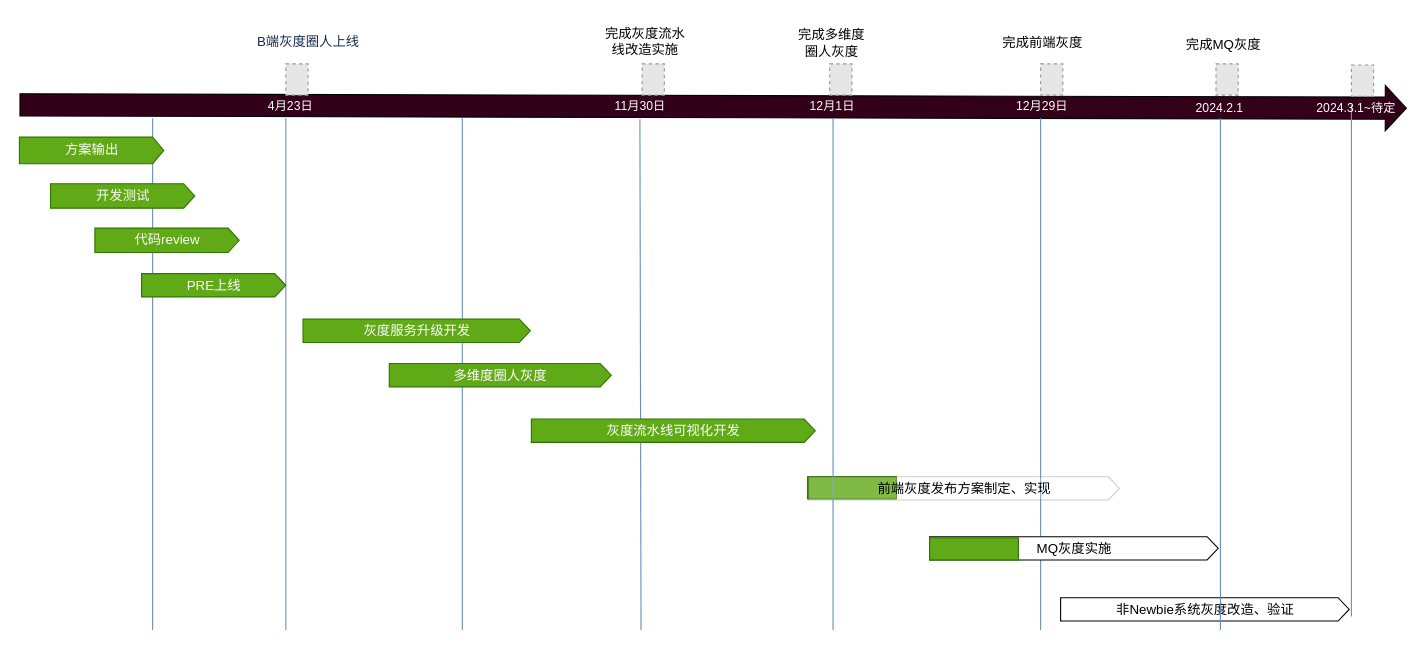
Earlier version of the draw.io diagram 灰度roadmap.drawio (463024907/draw.io). Source tidied: cells renumbered, new cells numbered last; positions are measured from the earlier drawing's top-left corner, leaving out a move shared by most shapes. Both pictures are drawn from the tidied source at 111%, with x=0, y=0 at pixel (19, 19). Pictures stored in the file or linked from it are replaced by grey dashed boxes.
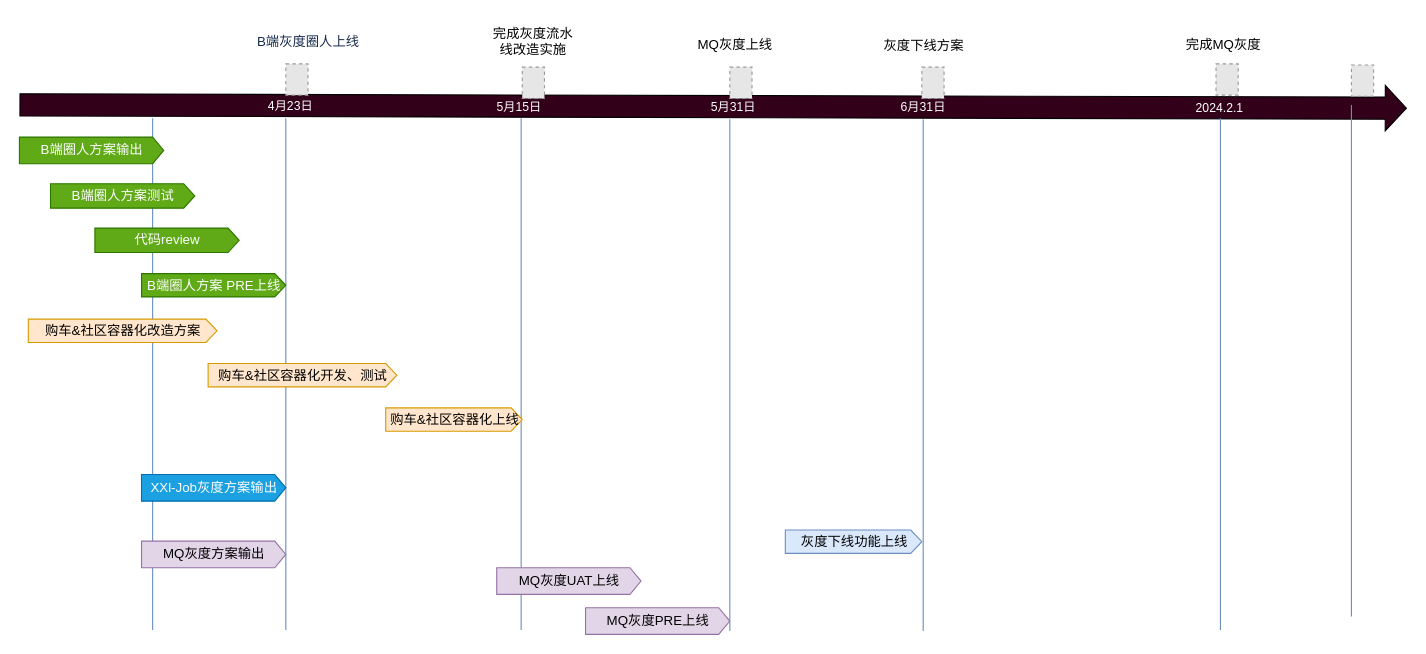
After the change.

Diff of the diagram source:
```diff
@@
-    <mxCell id="2" style="rounded=0;whiteSpace=wrap;html=1;fillColor=#60a917;fontColor=#ffffff;strokeColor=#2D7600;" parent="1" vertex="1">
-      <mxGeometry x="710" y="412" width="80" height="20" as="geometry" />
-    </mxCell>
@@
-    <mxCell id="4" value="11月30日" style="edgeLabel;html=1;align=center;verticalAlign=middle;fontColor=#FFFFFF;labelBackgroundColor=none;" parent="1" vertex="1">
-      <mxGeometry x="558" y="77" as="geometry" />
+    <mxCell id="4" value="5月15日" style="edgeLabel;html=1;align=center;verticalAlign=middle;fontColor=#FFFFFF;labelBackgroundColor=none;" parent="1" vertex="1">
+      <mxGeometry x="450" y="80" as="geometry">
+        <mxPoint x="-1" y="-2" as="offset" />
+      </mxGeometry>
     </mxCell>
-    <mxCell id="5" value="12月1日" style="edgeLabel;html=1;align=center;verticalAlign=middle;fontColor=#FFFFFF;labelBackgroundColor=none;" parent="1" vertex="1">
-      <mxGeometry x="221" y="97" as="geometry">
-        <mxPoint x="510" y="-20" as="offset" />
-      </mxGeometry>
-    </mxCell>
-    <mxCell id="6" value="12月29日" style="edgeLabel;html=1;align=center;verticalAlign=middle;fontColor=#FFFFFF;labelBackgroundColor=none;" parent="1" vertex="1">
-      <mxGeometry x="920" y="77" as="geometry" />
-    </mxCell>
@@
-    <mxCell id="9" style="endArrow=none;html=1;rounded=0;fillColor=#dae8fc;strokeColor=#6c8ebf;" parent="1" edge="1">
-      <mxGeometry relative="1" as="geometry">
-        <mxPoint x="560" y="550" as="sourcePoint" />
-        <mxPoint x="559" y="90" as="targetPoint" />
-      </mxGeometry>
-    </mxCell>
     <mxCell id="10" style="endArrow=none;html=1;rounded=0;fillColor=#dae8fc;strokeColor=#6c8ebf;" parent="1" edge="1">
       <mxGeometry relative="1" as="geometry">
-        <mxPoint x="733" y="550" as="sourcePoint" />
-        <mxPoint x="733" y="89" as="targetPoint" />
+        <mxPoint x="814.2" y="551" as="sourcePoint" />
+        <mxPoint x="814.2" y="90" as="targetPoint" />
       </mxGeometry>
     </mxCell>
-    <mxCell id="11" style="endArrow=none;html=1;rounded=0;fillColor=#dae8fc;strokeColor=#6c8ebf;" parent="1" edge="1">
-      <mxGeometry relative="1" as="geometry">
-        <mxPoint x="920" y="550" as="sourcePoint" />
-        <mxPoint x="920" y="89" as="targetPoint" />
-      </mxGeometry>
-    </mxCell>
     <mxCell id="12" style="endArrow=none;html=1;rounded=0;fillColor=#dae8fc;strokeColor=#6c8ebf;" parent="1" edge="1">
       <mxGeometry relative="1" as="geometry">
-        <mxPoint x="399" y="550" as="sourcePoint" />
-        <mxPoint x="399" y="89" as="targetPoint" />
+        <mxPoint x="452" y="550" as="sourcePoint" />
+        <mxPoint x="452" y="89" as="targetPoint" />
       </mxGeometry>
     </mxCell>
     <mxCell id="13" style="fillColor=#E6E6E6;strokeColor=#999999;dashed=1;verticalLabelPosition=bottom;labelBackgroundColor=default;verticalAlign=top;" parent="1" vertex="1">
-      <mxGeometry x="561" y="40" width="20" height="28.2" as="geometry" />
+      <mxGeometry x="453" y="43" width="20" height="28.2" as="geometry" />
     </mxCell>
@@
     <mxCell id="15" style="fillColor=#E6E6E6;strokeColor=#999999;dashed=1;verticalLabelPosition=bottom;labelBackgroundColor=default;verticalAlign=top;" parent="1" vertex="1">
-      <mxGeometry x="730" y="40" width="20" height="28.2" as="geometry" />
+      <mxGeometry x="813" y="43" width="20" height="28.2" as="geometry" />
     </mxCell>
-    <mxCell id="16" style="fillColor=#E6E6E6;strokeColor=#999999;dashed=1;verticalLabelPosition=bottom;labelBackgroundColor=default;verticalAlign=top;" parent="1" vertex="1">
-      <mxGeometry x="920" y="40" width="20" height="28.2" as="geometry" />
-    </mxCell>
@@
     <mxCell id="18" value="完成灰度流水&lt;br&gt;线改造实施" style="text;html=1;strokeColor=none;fillColor=none;align=center;verticalAlign=middle;whiteSpace=wrap;rounded=0;" parent="1" vertex="1">
-      <mxGeometry x="519.2" width="89.5" height="40" as="geometry" />
+      <mxGeometry x="418.2" width="89.5" height="40" as="geometry" />
     </mxCell>
-    <mxCell id="19" value="完成多维度&lt;br&gt;圈人灰度" style="text;html=1;strokeColor=none;fillColor=none;align=center;verticalAlign=middle;whiteSpace=wrap;rounded=0;" parent="1" vertex="1">
-      <mxGeometry x="687" y="1" width="89.5" height="40" as="geometry" />
+    <mxCell id="19" value="灰度下线方案" style="text;html=1;strokeColor=none;fillColor=none;align=center;verticalAlign=middle;whiteSpace=wrap;rounded=0;" parent="1" vertex="1">
+      <mxGeometry x="770" y="4" width="89.5" height="40" as="geometry" />
     </mxCell>
-    <mxCell id="20" value="完成前端灰度" style="text;html=1;strokeColor=none;fillColor=none;align=center;verticalAlign=middle;whiteSpace=wrap;rounded=0;" parent="1" vertex="1">
-      <mxGeometry x="877" y="1" width="89.5" height="40" as="geometry" />
-    </mxCell>
-    <mxCell id="21" value="方案输出" style="html=1;shadow=0;dashed=0;align=center;verticalAlign=middle;shape=mxgraph.arrows2.arrow;dy=0;dx=10;notch=0;fontSize=12;fillColor=#60a917;strokeColor=#2D7600;fontColor=#ffffff;" parent="1" vertex="1">
+    <mxCell id="21" value="B端圈人方案输出" style="html=1;shadow=0;dashed=0;align=center;verticalAlign=middle;shape=mxgraph.arrows2.arrow;dy=0;dx=10;notch=0;fontSize=12;fillColor=#60a917;strokeColor=#2D7600;fontColor=#ffffff;" parent="1" vertex="1">
       <mxGeometry y="106" width="130" height="24" as="geometry" />
     </mxCell>
-    <mxCell id="22" value="开发测试" style="html=1;shadow=0;dashed=0;align=center;verticalAlign=middle;shape=mxgraph.arrows2.arrow;dy=0;dx=10;notch=0;fontSize=12;fillColor=#60a917;fontColor=#ffffff;strokeColor=#2D7600;" parent="1" vertex="1">
+    <mxCell id="22" value="B端圈人方案测试" style="html=1;shadow=0;dashed=0;align=center;verticalAlign=middle;shape=mxgraph.arrows2.arrow;dy=0;dx=10;notch=0;fontSize=12;fillColor=#60a917;fontColor=#ffffff;strokeColor=#2D7600;" parent="1" vertex="1">
       <mxGeometry x="28" y="148" width="130" height="22" as="geometry" />
     </mxCell>
@@
-    <mxCell id="24" value="PRE上线" style="html=1;shadow=0;dashed=0;align=center;verticalAlign=middle;shape=mxgraph.arrows2.arrow;dy=0;dx=10;notch=0;fontSize=12;fillColor=#60a917;fontColor=#ffffff;strokeColor=#2D7600;" parent="1" vertex="1">
+    <mxCell id="24" value="B端圈人方案 PRE上线" style="html=1;shadow=0;dashed=0;align=center;verticalAlign=middle;shape=mxgraph.arrows2.arrow;dy=0;dx=10;notch=0;fontSize=12;fillColor=#60a917;fontColor=#ffffff;strokeColor=#2D7600;" parent="1" vertex="1">
       <mxGeometry x="110" y="229" width="130" height="21" as="geometry" />
     </mxCell>
-    <mxCell id="25" value="灰度服务升级开发" style="html=1;shadow=0;dashed=0;align=center;verticalAlign=middle;shape=mxgraph.arrows2.arrow;dy=0;dx=10;notch=0;fontSize=12;strokeColor=#2D7600;perimeterSpacing=4;fillColor=#60a917;fontColor=#ffffff;" parent="1" vertex="1">
-      <mxGeometry x="255.5" y="270" width="204.8" height="21" as="geometry" />
-    </mxCell>
-    <mxCell id="26" value="灰度流水线可视化开发" style="html=1;shadow=0;dashed=0;align=center;verticalAlign=middle;shape=mxgraph.arrows2.arrow;dy=0;dx=10;notch=0;fontSize=12;strokeColor=#2D7600;perimeterSpacing=4;fillColor=#60a917;fontColor=#ffffff;" parent="1" vertex="1">
-      <mxGeometry x="461.2" y="360" width="255.8" height="21" as="geometry" />
-    </mxCell>
-    <mxCell id="27" value="多维度圈人灰度" style="html=1;shadow=0;dashed=0;align=center;verticalAlign=middle;shape=mxgraph.arrows2.arrow;dy=0;dx=10;notch=0;fontSize=12;strokeColor=#2D7600;perimeterSpacing=4;fillColor=#60a917;fontColor=#ffffff;" parent="1" vertex="1">
-      <mxGeometry x="333.2" y="310" width="200" height="21" as="geometry" />
-    </mxCell>
-    <mxCell id="28" value="前端灰度发布方案制定、实现" style="html=1;shadow=0;dashed=0;align=center;verticalAlign=middle;shape=mxgraph.arrows2.arrow;dy=0;dx=10;notch=0;fontSize=12;strokeColor=#000000;perimeterSpacing=4;opacity=20;" parent="1" vertex="1">
-      <mxGeometry x="711" y="412" width="280" height="21" as="geometry" />
-    </mxCell>
-    <mxCell id="29" value="MQ灰度实施" style="html=1;shadow=0;dashed=0;align=center;verticalAlign=middle;shape=mxgraph.arrows2.arrow;dy=0;dx=10;notch=0;fontSize=12;strokeColor=#000000;perimeterSpacing=4;fillColor=#FFFFFF;" parent="1" vertex="1">
-      <mxGeometry x="820" y="466" width="260" height="21" as="geometry" />
-    </mxCell>
@@
-    <mxCell id="32" value="2024.3.1~待定" style="edgeLabel;html=1;align=center;verticalAlign=middle;fontColor=#FFFFFF;labelBackgroundColor=none;" parent="1" vertex="1">
-      <mxGeometry x="921.8" y="77" as="geometry">
-        <mxPoint x="282" y="2" as="offset" />
-      </mxGeometry>
-    </mxCell>
-    <mxCell id="33" value="非Newbie系统灰度改造、验证" style="html=1;shadow=0;dashed=0;align=center;verticalAlign=middle;shape=mxgraph.arrows2.arrow;dy=0;dx=10;notch=0;fontSize=12;strokeColor=#000000;perimeterSpacing=4;" parent="1" vertex="1">
-      <mxGeometry x="938" y="521" width="260" height="21" as="geometry" />
-    </mxCell>
@@
-    <mxCell id="35" style="rounded=0;whiteSpace=wrap;html=1;fillColor=#60a917;fontColor=#ffffff;strokeColor=#2D7600;" parent="1" vertex="1">
-      <mxGeometry x="820" y="467" width="80" height="20" as="geometry" />
-    </mxCell>
@@
+    <mxCell id="40" value="购车&amp;amp;社区容器化改造方案" style="html=1;shadow=0;dashed=0;align=center;verticalAlign=middle;shape=mxgraph.arrows2.arrow;dy=0;dx=10;notch=0;fontSize=12;fillColor=#ffe6cc;strokeColor=#d79b00;" parent="1" vertex="1">
+      <mxGeometry x="8" y="270" width="170" height="21" as="geometry" />
+    </mxCell>
+    <mxCell id="41" value="购车&amp;amp;社区容器化上线" style="html=1;shadow=0;dashed=0;align=center;verticalAlign=middle;shape=mxgraph.arrows2.arrow;dy=0;dx=10;notch=0;fontSize=12;fillColor=#ffe6cc;strokeColor=#d79b00;" parent="1" vertex="1">
+      <mxGeometry x="330" y="350" width="123" height="21" as="geometry" />
+    </mxCell>
+    <mxCell id="42" value="购车&amp;amp;社区容器化开发、测试" style="html=1;shadow=0;dashed=0;align=center;verticalAlign=middle;shape=mxgraph.arrows2.arrow;dy=0;dx=10;notch=0;fontSize=12;fillColor=#ffe6cc;strokeColor=#d79b00;" parent="1" vertex="1">
+      <mxGeometry x="170" y="310" width="170" height="21" as="geometry" />
+    </mxCell>
+    <mxCell id="43" value="灰度下线功能上线" style="html=1;shadow=0;dashed=0;align=center;verticalAlign=middle;shape=mxgraph.arrows2.arrow;dy=0;dx=10;notch=0;fontSize=12;fillColor=#dae8fc;strokeColor=#6c8ebf;" parent="1" vertex="1">
+      <mxGeometry x="690" y="460" width="123" height="21" as="geometry" />
+    </mxCell>
+    <mxCell id="44" value="5月31日" style="edgeLabel;html=1;align=center;verticalAlign=middle;fontColor=#FFFFFF;labelBackgroundColor=none;" parent="1" vertex="1">
+      <mxGeometry x="590" y="140" as="geometry">
+        <mxPoint x="52" y="-62" as="offset" />
+      </mxGeometry>
+    </mxCell>
+    <mxCell id="45" style="endArrow=none;html=1;rounded=0;fillColor=#dae8fc;strokeColor=#6c8ebf;" parent="1" edge="1">
+      <mxGeometry relative="1" as="geometry">
+        <mxPoint x="640" y="551" as="sourcePoint" />
+        <mxPoint x="640" y="90" as="targetPoint" />
+      </mxGeometry>
+    </mxCell>
+    <mxCell id="46" value="6月31日" style="edgeLabel;html=1;align=center;verticalAlign=middle;fontColor=#FFFFFF;labelBackgroundColor=none;" parent="1" vertex="1">
+      <mxGeometry x="814.8" y="80" as="geometry">
+        <mxPoint x="-1" y="-2" as="offset" />
+      </mxGeometry>
+    </mxCell>
+    <mxCell id="47" value="MQ灰度上线" style="text;html=1;strokeColor=none;fillColor=none;align=center;verticalAlign=middle;whiteSpace=wrap;rounded=0;" parent="1" vertex="1">
+      <mxGeometry x="600" y="3" width="89.5" height="40" as="geometry" />
+    </mxCell>
+    <mxCell id="48" style="fillColor=#E6E6E6;strokeColor=#999999;dashed=1;verticalLabelPosition=bottom;labelBackgroundColor=default;verticalAlign=top;" parent="1" vertex="1">
+      <mxGeometry x="640" y="43" width="20" height="28.2" as="geometry" />
+    </mxCell>
+    <mxCell id="49" value="MQ灰度方案输出" style="html=1;shadow=0;dashed=0;align=center;verticalAlign=middle;shape=mxgraph.arrows2.arrow;dy=0;dx=10;notch=0;fontSize=12;fillColor=#e1d5e7;strokeColor=#9673a6;" parent="1" vertex="1">
+      <mxGeometry x="110" y="470" width="130" height="24" as="geometry" />
+    </mxCell>
+    <mxCell id="50" value="MQ灰度PRE上线" style="html=1;shadow=0;dashed=0;align=center;verticalAlign=middle;shape=mxgraph.arrows2.arrow;dy=0;dx=10;notch=0;fontSize=12;fillColor=#e1d5e7;strokeColor=#9673a6;" parent="1" vertex="1">
+      <mxGeometry x="510" y="530" width="130" height="24" as="geometry" />
+    </mxCell>
+    <mxCell id="51" value="MQ灰度UAT上线" style="html=1;shadow=0;dashed=0;align=center;verticalAlign=middle;shape=mxgraph.arrows2.arrow;dy=0;dx=10;notch=0;fontSize=12;fillColor=#e1d5e7;strokeColor=#9673a6;" parent="1" vertex="1">
+      <mxGeometry x="430" y="494" width="130" height="24" as="geometry" />
+    </mxCell>
+    <mxCell id="52" value="XXl-Job灰度方案输出" style="html=1;shadow=0;dashed=0;align=center;verticalAlign=middle;shape=mxgraph.arrows2.arrow;dy=0;dx=10;notch=0;fontSize=12;fillColor=#1ba1e2;strokeColor=#006EAF;fontColor=#ffffff;" parent="1" vertex="1">
+      <mxGeometry x="110" y="410" width="130" height="24" as="geometry" />
+    </mxCell>
```
